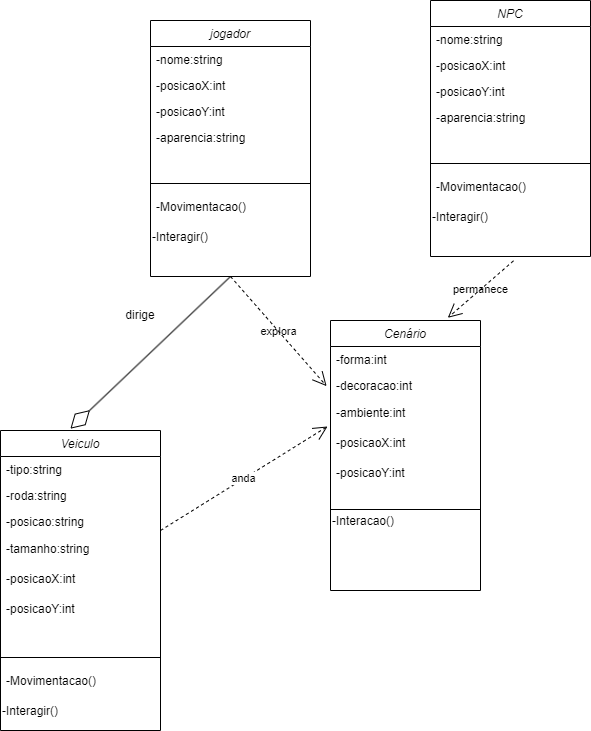
Earlier version of the draw.io export diagramas/diagrama musical.drawio.png (lucasnoelgb/2jdprojetomusica). Source tidied: cells renumbered, new cells last; positions are measured from the earlier drawing's top-left corner, leaving out a move shared by most shapes.
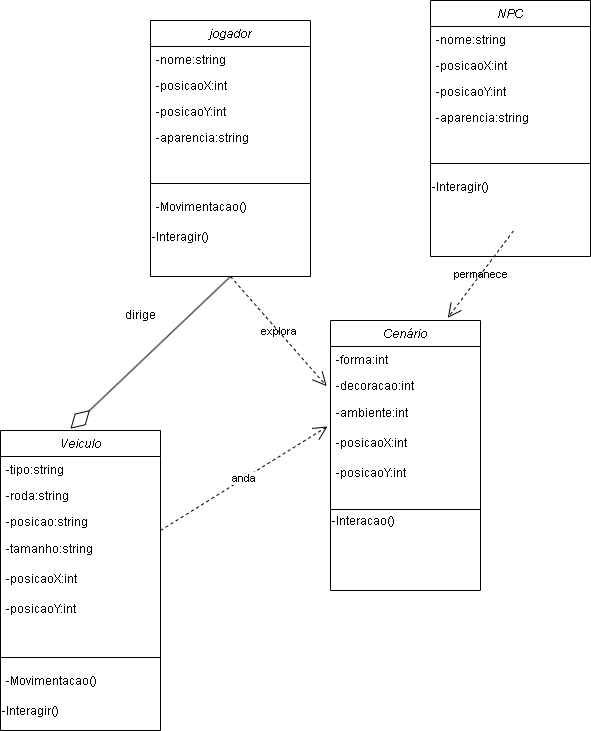
After the change.

Commit message:
tirando  metodo movimentação do NPC

The edit, as a diff of the source:
```diff
@@ -115,11 +115,8 @@
     <mxCell id="38" style="line;html=1;strokeWidth=1;align=left;verticalAlign=middle;spacingTop=-1;spacingLeft=3;spacingRight=3;labelPosition=right;labelBackgroundColor=none;" parent="33" vertex="1">
       <mxGeometry y="130" width="160" height="66" as="geometry" />
     </mxCell>
-    <mxCell id="39" value="-Movimentacao()" style="text;align=left;verticalAlign=bottom;spacingLeft=4;spacingRight=4;overflow=hidden;labelPosition=center;verticalLabelPosition=top;labelBackgroundColor=none;" parent="33" vertex="1">
-      <mxGeometry y="196" width="160" height="30" as="geometry" />
-    </mxCell>
     <mxCell id="40" value="-Interagir()" style="text;html=1;strokeColor=none;fillColor=none;align=left;verticalAlign=bottom;whiteSpace=wrap;rounded=0;labelPosition=center;verticalLabelPosition=top;labelBackgroundColor=none;" parent="33" vertex="1">
-      <mxGeometry y="226" width="160" height="30" as="geometry" />
+      <mxGeometry y="196" width="160" height="30" as="geometry" />
     </mxCell>
     <mxCell id="41" value="permanece" style="endArrow=open;endSize=12;dashed=1;html=1;rounded=0;entryX=0.782;entryY=-0.01;entryDx=0;entryDy=0;entryPerimeter=0;labelBackgroundColor=none;fontColor=default;exitX=0.519;exitY=1.143;exitDx=0;exitDy=0;exitPerimeter=0;" parent="1" edge="1" source="40" target="10">
       <mxGeometry relative="1" as="geometry" />
```
